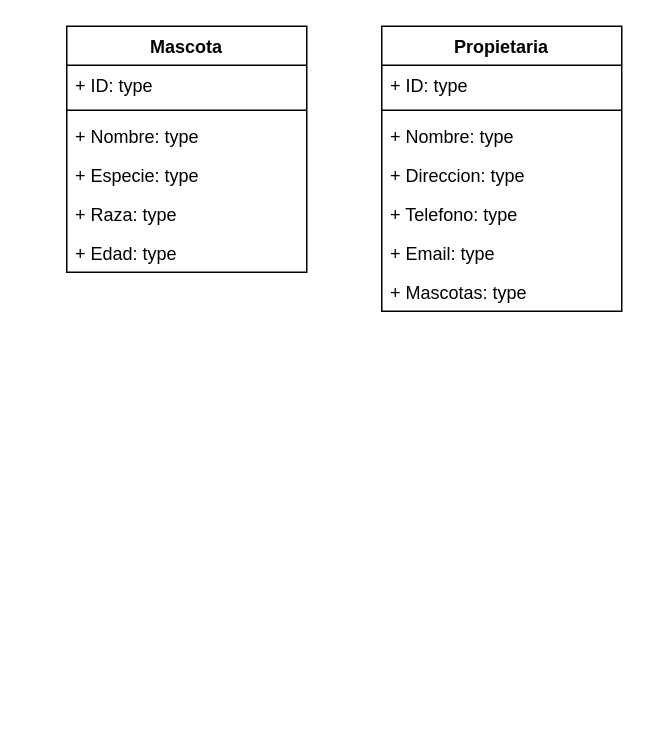
Earlier version of the draw.io diagram Diagrama sin título.drawio (NixieNixi/diagramaClases). Source tidied: cells renumbered, new cells numbered last; positions are measured from the earlier drawing's top-left corner, leaving out a move shared by most shapes. Both pictures are drawn from the tidied source at 150%, with x=0, y=0 at pixel (66, 26).
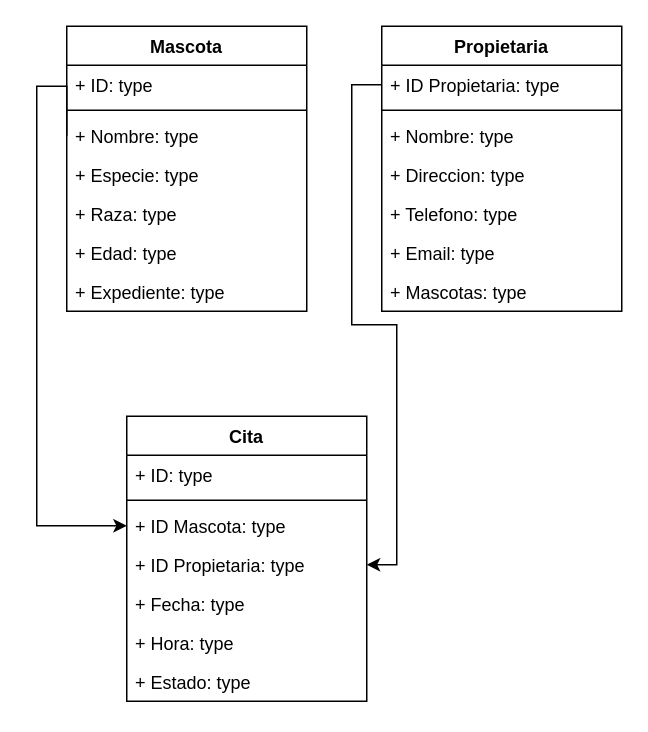
The same page after the edit.

Commit message:
Clase Cita

Unchanged cells that the change refers to:
```xml
<mxCell id="5" value="+ Nombre: type" style="text;strokeColor=none;fillColor=none;align=left;verticalAlign=top;spacingLeft=4;spacingRight=4;overflow=hidden;points=[[0,0.5],[1,0.5]];portConstraint=eastwest;whiteSpace=wrap;html=1;" parent="2" vertex="1">
  <mxGeometry y="60" width="160" height="26" as="geometry" />
</mxCell>
<mxCell id="9" value="Propietaria" style="swimlane;fontStyle=1;align=center;verticalAlign=top;horizontal=1;startSize=26;whiteSpace=wrap;html=1;" parent="1" vertex="1">
  <mxGeometry x="210" width="160" height="190" as="geometry" />
</mxCell>
```

Diff of the diagram source:
```diff
@@
     <mxCell id="2" value="Mascota" style="swimlane;fontStyle=1;align=center;verticalAlign=top;horizontal=1;startSize=26;whiteSpace=wrap;html=1;" parent="1" vertex="1">
-      <mxGeometry width="160" height="164" as="geometry" />
+      <mxGeometry width="160" height="190" as="geometry" />
     </mxCell>
@@
+    <mxCell id="17" value="+ Expediente: type" style="text;strokeColor=none;fillColor=none;align=left;verticalAlign=top;spacingLeft=4;spacingRight=4;overflow=hidden;whiteSpace=wrap;html=1;" parent="2" vertex="1">
+      <mxGeometry y="164" width="160" height="26" as="geometry" />
+    </mxCell>
@@
-    <mxCell id="10" value="+ ID: type" style="text;strokeColor=none;fillColor=none;align=left;verticalAlign=top;spacingLeft=4;spacingRight=4;overflow=hidden;points=[[0,0.5],[1,0.5]];portConstraint=eastwest;whiteSpace=wrap;html=1;" parent="9" vertex="1">
+    <mxCell id="10" value="+ ID Propietaria: type" style="text;strokeColor=none;fillColor=none;align=left;verticalAlign=top;spacingLeft=4;spacingRight=4;overflow=hidden;points=[[0,0.5],[1,0.5]];portConstraint=eastwest;whiteSpace=wrap;html=1;" parent="9" vertex="1">
       <mxGeometry y="26" width="160" height="26" as="geometry" />
     </mxCell>
@@
+    <mxCell id="18" value="Cita" style="swimlane;fontStyle=1;align=center;verticalAlign=top;horizontal=1;startSize=26;whiteSpace=wrap;html=1;" parent="1" vertex="1">
+      <mxGeometry x="40" y="260" width="160" height="190" as="geometry" />
+    </mxCell>
+    <mxCell id="19" value="+ ID: type" style="text;strokeColor=none;fillColor=none;align=left;verticalAlign=top;spacingLeft=4;spacingRight=4;overflow=hidden;whiteSpace=wrap;html=1;" parent="18" vertex="1">
+      <mxGeometry y="26" width="160" height="26" as="geometry" />
+    </mxCell>
+    <mxCell id="20" style="line;strokeWidth=1;fillColor=none;align=left;verticalAlign=middle;spacingTop=-1;spacingLeft=3;spacingRight=3;labelPosition=right;strokeColor=inherit;" parent="18" vertex="1">
+      <mxGeometry y="52" width="160" height="8" as="geometry" />
+    </mxCell>
+    <mxCell id="21" value="+ ID Mascota: type" style="text;strokeColor=none;fillColor=none;align=left;verticalAlign=top;spacingLeft=4;spacingRight=4;overflow=hidden;points=[[0,0.5],[1,0.5]];portConstraint=eastwest;whiteSpace=wrap;html=1;" parent="18" vertex="1">
+      <mxGeometry y="60" width="160" height="26" as="geometry" />
+    </mxCell>
+    <mxCell id="22" value="+ ID Propietaria&lt;span style=&quot;background-color: initial;&quot;&gt;: type&lt;/span&gt;" style="text;strokeColor=none;fillColor=none;align=left;verticalAlign=top;spacingLeft=4;spacingRight=4;overflow=hidden;points=[[0,0.5],[1,0.5]];portConstraint=eastwest;whiteSpace=wrap;html=1;" parent="18" vertex="1">
+      <mxGeometry y="86" width="160" height="26" as="geometry" />
+    </mxCell>
+    <mxCell id="23" value="+ Fecha&lt;span style=&quot;background-color: initial;&quot;&gt;: type&lt;/span&gt;" style="text;strokeColor=none;fillColor=none;align=left;verticalAlign=top;spacingLeft=4;spacingRight=4;overflow=hidden;whiteSpace=wrap;html=1;" parent="18" vertex="1">
+      <mxGeometry y="112" width="160" height="26" as="geometry" />
+    </mxCell>
+    <mxCell id="24" value="+ Hora: type" style="text;strokeColor=none;fillColor=none;align=left;verticalAlign=top;spacingLeft=4;spacingRight=4;overflow=hidden;whiteSpace=wrap;html=1;" parent="18" vertex="1">
+      <mxGeometry y="138" width="160" height="26" as="geometry" />
+    </mxCell>
+    <mxCell id="25" value="+ Estado: type" style="text;strokeColor=none;fillColor=none;align=left;verticalAlign=top;spacingLeft=4;spacingRight=4;overflow=hidden;whiteSpace=wrap;html=1;" parent="18" vertex="1">
+      <mxGeometry y="164" width="160" height="26" as="geometry" />
+    </mxCell>
+    <mxCell id="26" style="edgeStyle=orthogonalEdgeStyle;rounded=0;jettySize=auto;html=1;exitX=0;exitY=0.5;exitDx=0;exitDy=0;" parent="1" edge="1" source="5" target="21">
+      <mxGeometry relative="1" as="geometry">
+        <Array as="points">
+          <mxPoint y="40" />
+          <mxPoint x="-20" y="40" />
+          <mxPoint x="-20" y="333" />
+        </Array>
+      </mxGeometry>
+    </mxCell>
+    <mxCell id="27" style="edgeStyle=orthogonalEdgeStyle;rounded=0;jettySize=auto;html=1;exitX=0;exitY=0.5;exitDx=0;exitDy=0;entryX=1;entryY=0.5;entryDx=0;entryDy=0;" parent="1" edge="1" source="10" target="22">
+      <mxGeometry relative="1" as="geometry" />
+    </mxCell>
```
